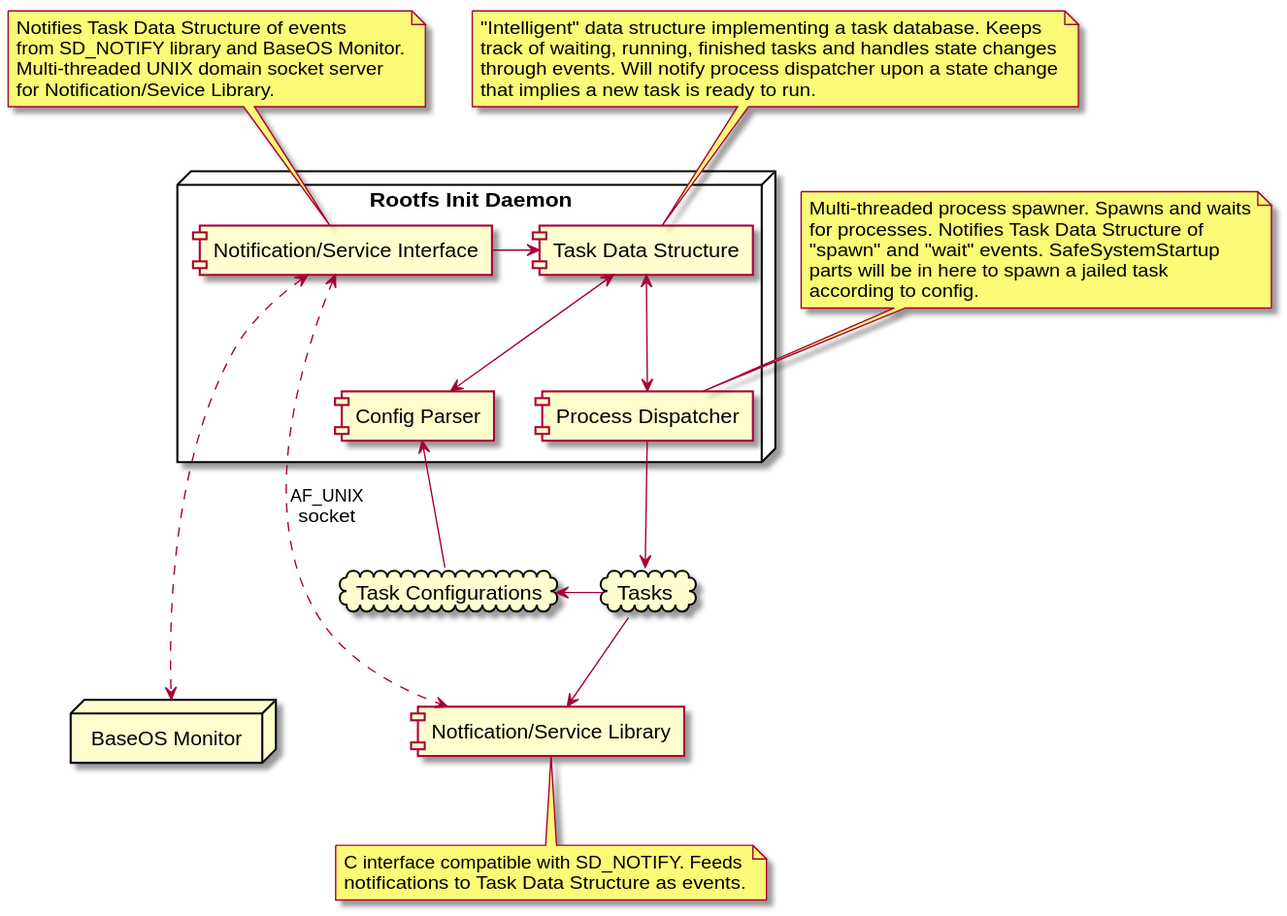
This is images/rootfs_init_comp.svg from Elektrobit/crinit, a PlantUML export, as it was before one commit. Source of this version:
```plantuml
@startuml
node "Rootfs Init Daemon" {
	component "Task Data Structure" as task_data
	component "Notification/Service Interface" as notify_if
	component "Process Dispatcher" as proc_dispatch
	component "Config Parser" as config_parser
}
cloud "Tasks" as tasks
component "Notfication/Service Library" as notify_lib
cloud "Task Configurations" as task_configs
node "BaseOS Monitor" as corb_monitor

notify_if <-down..-> notify_lib : AF_UNIX\nsocket
notify_if <-..-> corb_monitor
task_configs -up-> config_parser
proc_dispatch -right-> tasks
tasks -right-> notify_lib
tasks -left-> task_configs
proc_dispatch <-up-> task_data
notify_if -left-> task_data
config_parser <-up-> task_data

note top of notify_if
    Notifies Task Data Structure of events
    from SD_NOTIFY library and BaseOS Monitor.
    Multi-threaded UNIX domain socket server
    for Notification/Sevice Library.
end note

note top of task_data
    "Intelligent" data structure implementing a task database. Keeps
    track of waiting, running, finished tasks and handles state changes
    through events. Will notify process dispatcher upon a state change
    that implies a new task is ready to run.
end note

note bottom of notify_lib
    C interface compatible with SD_NOTIFY. Feeds
    notifications to Task Data Structure as events.
end note

note top of proc_dispatch
    Multi-threaded process spawner. Spawns and waits
    for processes. Notifies Task Data Structure of
    "spawn" and "wait" events.  SafeSystemStartup
    parts will be in here to spawn a jailed task
    according to config.
end note

@enduml
```
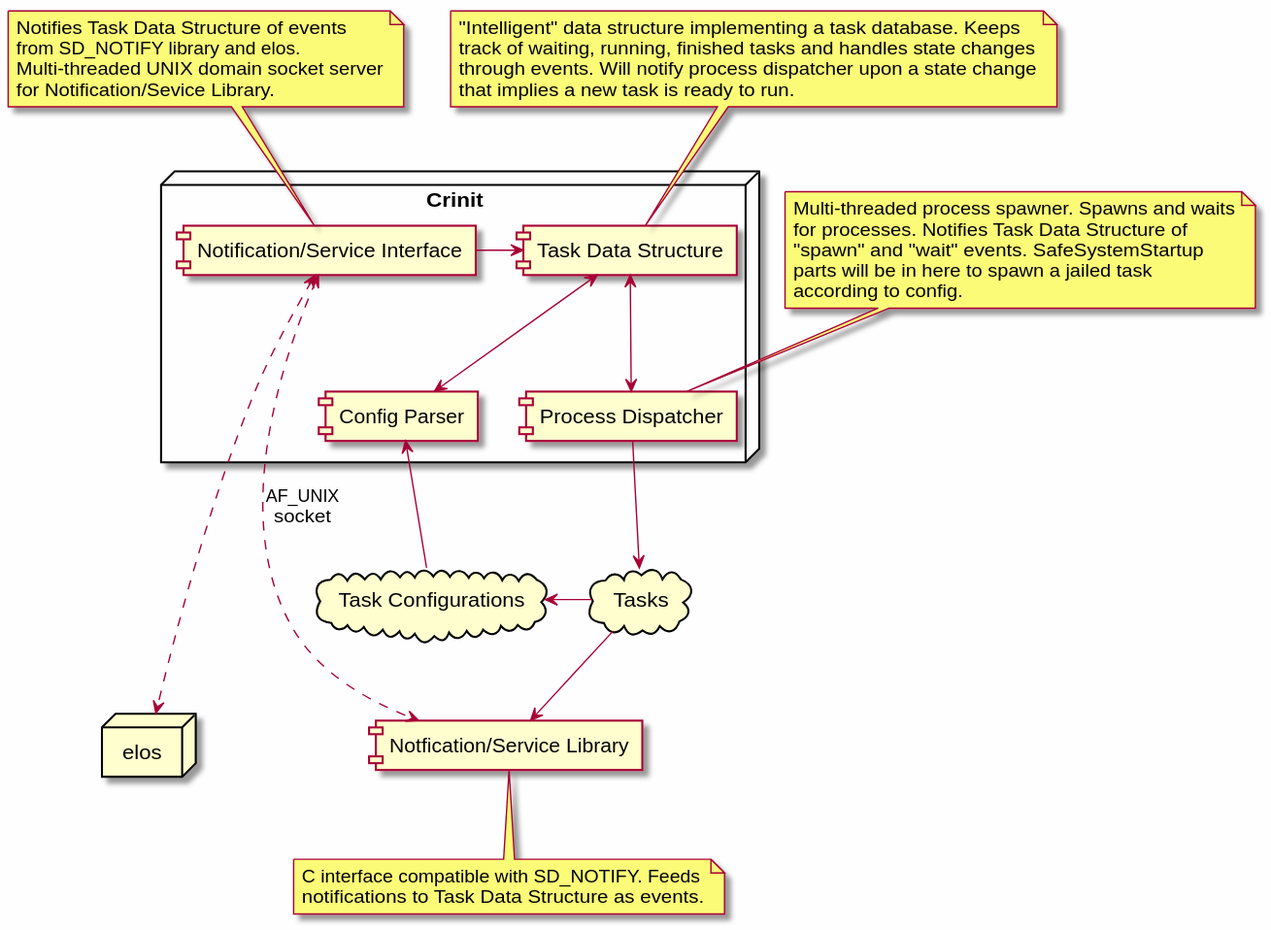
The same diagram one commit later.

Commit message:
doc: cleanup project references in images #19294

What changed in the source:
```diff
@@ -1,5 +1,6 @@
 @startuml
-node "Rootfs Init Daemon" {
+skinparam backgroundColor #FEFEFE
+node "Crinit" {
 	component "Task Data Structure" as task_data
 	component "Notification/Service Interface" as notify_if
 	component "Process Dispatcher" as proc_dispatch
@@ -8,10 +9,10 @@
 cloud "Tasks" as tasks
 component "Notfication/Service Library" as notify_lib
 cloud "Task Configurations" as task_configs
-node "BaseOS Monitor" as corb_monitor
+node "elos" as elos
 
 notify_if <-down..-> notify_lib : AF_UNIX\nsocket
-notify_if <-..-> corb_monitor
+notify_if <-..-> elos
 task_configs -up-> config_parser
 proc_dispatch -right-> tasks
 tasks -right-> notify_lib
@@ -22,7 +23,7 @@
 
 note top of notify_if
     Notifies Task Data Structure of events
-    from SD_NOTIFY library and BaseOS Monitor.
+    from SD_NOTIFY library and elos.
     Multi-threaded UNIX domain socket server
     for Notification/Sevice Library.
 end note
```
